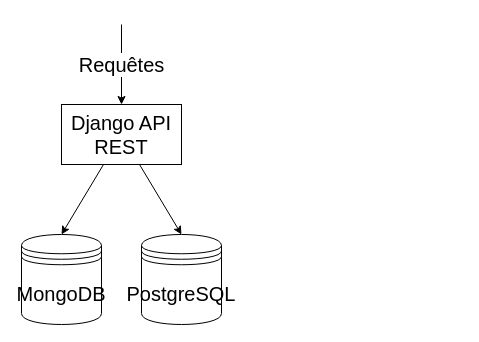
Above: architecture/backend.drawio in OLOK2024/OLOK (draw.io), before the change. Source tidied: cells renumbered, new cells numbered last; positions are measured from the earlier drawing's top-left corner, leaving out a move shared by most shapes. Both pictures are drawn from the tidied source at 100%, with x=0, y=0 at pixel (21, 24).
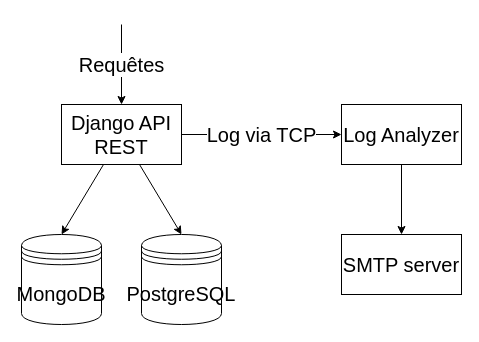
Above is the later version.

Commit message (it also covers changes not shown here):
maj archi bakcend

Change to the diagram source:
```diff
@@
 <mxGraphModel>
   <root>
     <mxCell id="0" />
     <mxCell id="1" parent="0" />
     <mxCell id="2" value="Requêtes" style="edgeStyle=none;html=1;fontSize=20;startArrow=classic;startFill=1;endArrow=none;endFill=0;" parent="1" edge="1" source="5">
       <mxGeometry relative="1" as="geometry">
         <mxPoint x="100" as="targetPoint" />
       </mxGeometry>
     </mxCell>
     <mxCell id="3" style="edgeStyle=none;html=1;entryX=0.5;entryY=0;entryDx=0;entryDy=0;fontSize=20;startArrow=none;startFill=0;endArrow=classic;endFill=1;" parent="1" edge="1" source="5" target="7">
       <mxGeometry relative="1" as="geometry" />
     </mxCell>
     <mxCell id="4" style="edgeStyle=none;html=1;entryX=0.5;entryY=0;entryDx=0;entryDy=0;fontSize=20;startArrow=none;startFill=0;endArrow=classic;endFill=1;" parent="1" edge="1" source="5" target="6">
       <mxGeometry relative="1" as="geometry" />
     </mxCell>
+    <mxCell id="8" value="&lt;font style=&quot;font-size: 20px;&quot;&gt;Log via TCP&lt;/font&gt;" style="edgeStyle=none;html=1;" parent="1" edge="1" source="5" target="10">
+      <mxGeometry relative="1" as="geometry" />
+    </mxCell>
     <mxCell id="5" value="&lt;font style=&quot;font-size: 20px;&quot;&gt;Django API REST&lt;/font&gt;" style="rounded=0;whiteSpace=wrap;html=1;" parent="1" vertex="1">
       <mxGeometry x="40" y="80" width="120" height="60" as="geometry" />
     </mxCell>
     <mxCell id="6" value="MongoDB" style="shape=datastore;whiteSpace=wrap;html=1;fontSize=20;" parent="1" vertex="1">
       <mxGeometry y="210" width="80" height="90" as="geometry" />
     </mxCell>
     <mxCell id="7" value="PostgreSQL" style="shape=datastore;whiteSpace=wrap;html=1;fontSize=20;" parent="1" vertex="1">
       <mxGeometry x="120" y="210" width="80" height="90" as="geometry" />
     </mxCell>
+    <mxCell id="9" style="edgeStyle=none;html=1;entryX=0.5;entryY=0;entryDx=0;entryDy=0;" parent="1" edge="1" source="10" target="11">
+      <mxGeometry relative="1" as="geometry" />
+    </mxCell>
+    <mxCell id="10" value="&lt;font style=&quot;font-size: 20px;&quot;&gt;Log Analyzer&lt;/font&gt;" style="rounded=0;whiteSpace=wrap;html=1;" parent="1" vertex="1">
+      <mxGeometry x="320" y="80" width="120" height="60" as="geometry" />
+    </mxCell>
+    <mxCell id="11" value="&lt;font style=&quot;font-size: 20px;&quot;&gt;SMTP server&lt;br&gt;&lt;/font&gt;" style="rounded=0;whiteSpace=wrap;html=1;" parent="1" vertex="1">
+      <mxGeometry x="320" y="210" width="120" height="60" as="geometry" />
+    </mxCell>
   </root>
 </mxGraphModel>
```
